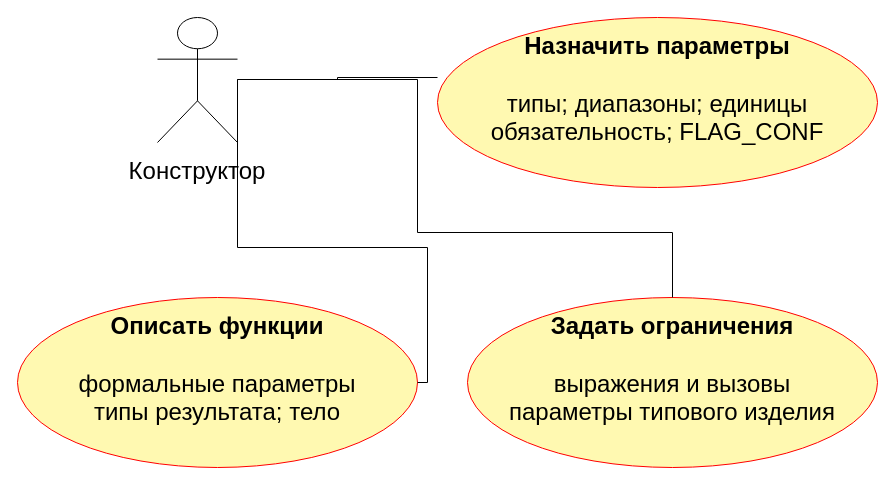
10xtheo/mispris-sem7 keeps this draw.io diagram as utils/lab7/diagrams/01_usecase_setup.drawio. Above is the earlier version. Source tidied: cells renumbered, new cells numbered last; positions are measured from the earlier drawing's top-left corner, leaving out a move shared by most shapes. Both pictures are drawn from the tidied source at 100%, with x=0, y=0 at pixel (17, 17).
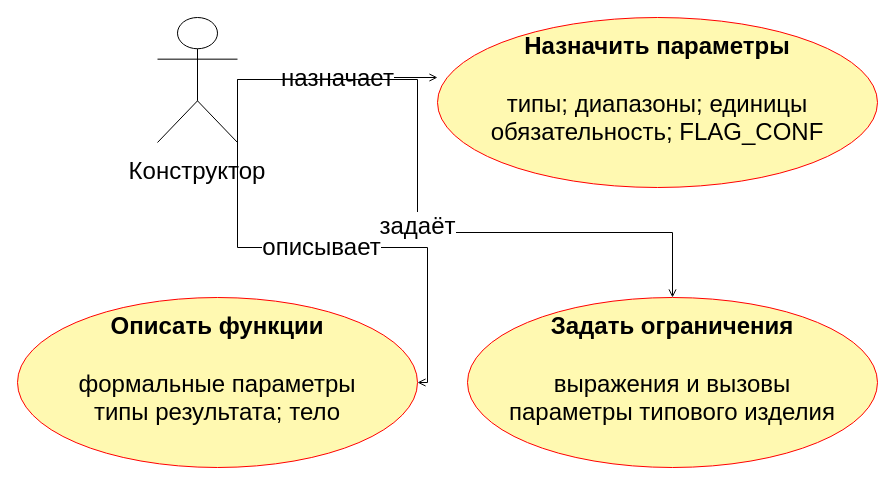
The same diagram, later.

The edit, as a diff of the source:
```diff
@@
 <mxGraphModel>
   <root>
     <mxCell id="0" />
     <mxCell id="1" parent="0" />
     <mxCell id="2" value="Конструктор" style="rounded=0;whiteSpace=wrap;html=1;align=center;verticalAlign=top;fontFamily=Arial;fontSize=24;spacing=10;fillColor=#ffffff;strokeColor=#000000;shape=umlActor;verticalLabelPosition=bottom;labelPosition=center;labelWidth=360;" parent="1" vertex="1">
       <mxGeometry x="140" width="80" height="125" as="geometry" />
     </mxCell>
     <mxCell id="3" value="&lt;b&gt;Назначить параметры&lt;/b&gt;&lt;br&gt;&lt;br&gt;типы; диапазоны; единицы&lt;br&gt;обязательность; FLAG_CONF" style="rounded=0;whiteSpace=wrap;html=1;align=center;verticalAlign=top;fontFamily=Arial;fontSize=24;spacing=10;fillColor=#ffffff;strokeColor=#000000;shape=ellipse;align=center;fillColor=#fff9b1;strokeColor=#ff0000;" parent="1" vertex="1">
       <mxGeometry x="420" width="440" height="170" as="geometry" />
     </mxCell>
     <mxCell id="4" value="&lt;b&gt;Описать функции&lt;/b&gt;&lt;br&gt;&lt;br&gt;формальные параметры&lt;br&gt;типы результата; тело" style="rounded=0;whiteSpace=wrap;html=1;align=center;verticalAlign=top;fontFamily=Arial;fontSize=24;spacing=10;fillColor=#ffffff;strokeColor=#000000;shape=ellipse;align=center;fillColor=#fff9b1;strokeColor=#ff0000;" parent="1" vertex="1">
       <mxGeometry y="280" width="400" height="170" as="geometry" />
     </mxCell>
     <mxCell id="5" value="&lt;b&gt;Задать ограничения&lt;/b&gt;&lt;br&gt;&lt;br&gt;выражения и вызовы&lt;br&gt;параметры типового изделия" style="rounded=0;whiteSpace=wrap;html=1;align=center;verticalAlign=top;fontFamily=Arial;fontSize=24;spacing=10;fillColor=#ffffff;strokeColor=#000000;shape=ellipse;align=center;fillColor=#fff9b1;strokeColor=#ff0000;" parent="1" vertex="1">
       <mxGeometry x="450" y="280" width="410" height="170" as="geometry" />
     </mxCell>
-    <mxCell id="6" style="edgeStyle=orthogonalEdgeStyle;rounded=0;html=1;endArrow=open;fontFamily=Arial;fontSize=24;labelBackgroundColor=#ffffff;exitX=1.0;exitY=0.496;entryX=0.020317249214364674;entryY=0.3589168380042249;endArrow=none;" parent="1" edge="1" source="2" target="3">
+    <mxCell id="6" value="назначает" style="edgeStyle=orthogonalEdgeStyle;rounded=0;html=1;endArrow=open;fontFamily=Arial;fontSize=24;labelBackgroundColor=#ffffff;exitX=1.0;exitY=0.496;entryX=0.020317249214364674;entryY=0.3589168380042249;endArrow=open;" parent="1" edge="1" source="2" target="3">
       <mxGeometry relative="1" as="geometry" />
     </mxCell>
-    <mxCell id="7" style="edgeStyle=orthogonalEdgeStyle;rounded=0;html=1;endArrow=open;fontFamily=Arial;fontSize=24;labelBackgroundColor=#ffffff;exitX=1.0;exitY=0.496;entryX=1.0;entryY=0.5;endArrow=none;" parent="1" edge="1" source="2" target="4">
+    <mxCell id="7" value="описывает" style="edgeStyle=orthogonalEdgeStyle;rounded=0;html=1;endArrow=open;fontFamily=Arial;fontSize=24;labelBackgroundColor=#ffffff;exitX=1.0;exitY=0.496;entryX=1.0;entryY=0.5;endArrow=open;" parent="1" edge="1" source="2" target="4">
       <mxGeometry relative="1" as="geometry">
         <Array as="points">
           <mxPoint x="410" y="230" />
           <mxPoint x="410" y="365" />
         </Array>
       </mxGeometry>
     </mxCell>
-    <mxCell id="8" style="edgeStyle=orthogonalEdgeStyle;rounded=0;html=1;endArrow=open;fontFamily=Arial;fontSize=24;labelBackgroundColor=#ffffff;exitX=1.0;exitY=0.496;entryX=0.5;entryY=0.0;endArrow=none;" parent="1" edge="1" source="2" target="5">
+    <mxCell id="8" value="задаёт" style="edgeStyle=orthogonalEdgeStyle;rounded=0;html=1;endArrow=open;fontFamily=Arial;fontSize=24;labelBackgroundColor=#ffffff;exitX=1.0;exitY=0.496;entryX=0.5;entryY=0.0;endArrow=open;" parent="1" edge="1" source="2" target="5">
       <mxGeometry relative="1" as="geometry">
         <Array as="points">
           <mxPoint x="400" y="215" />
           <mxPoint x="655" y="215" />
         </Array>
       </mxGeometry>
     </mxCell>
   </root>
 </mxGraphModel>
```
